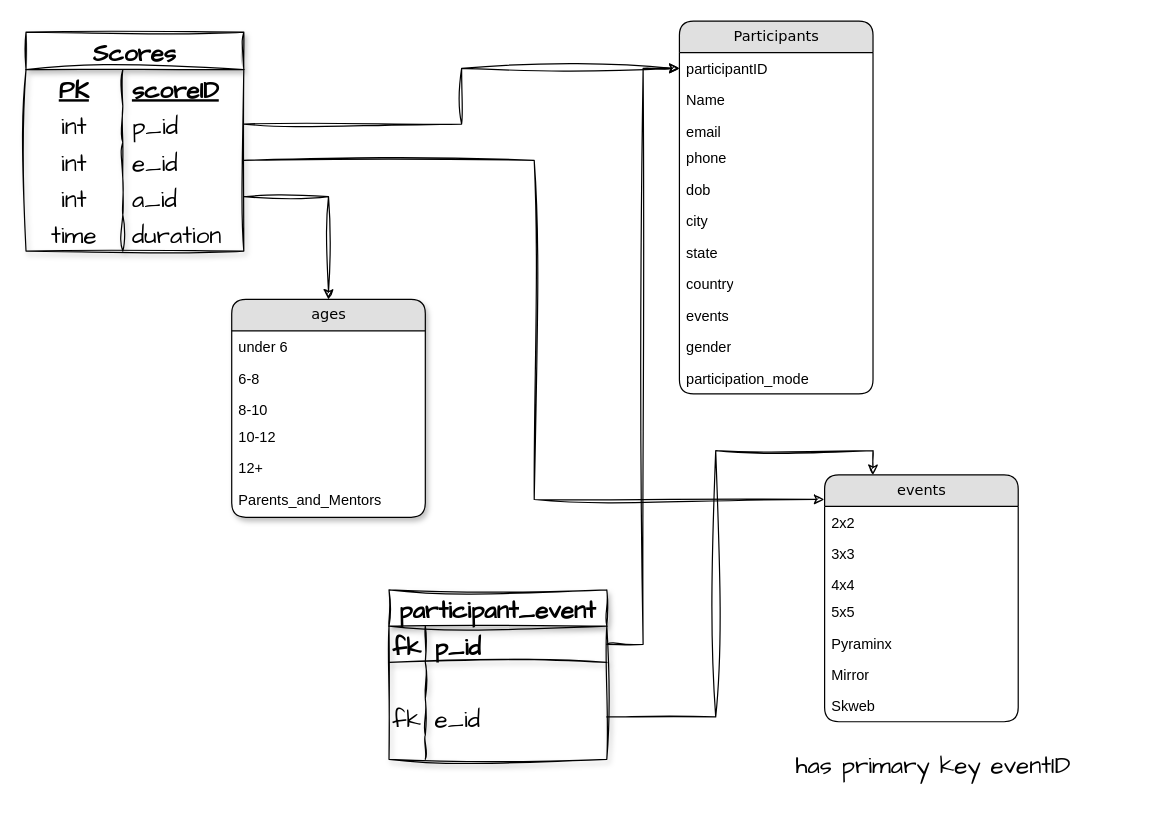
Before: make_db/Untitled Diagram.drawio in PranavKrishnan007/revaluation_traboda, a draw.io diagram. Source tidied: cells renumbered, new cells numbered last; positions are measured from the earlier drawing's top-left corner, leaving out a move shared by most shapes. Both pictures are drawn from the tidied source at 121%, with x=0, y=0 at pixel (25, 21).
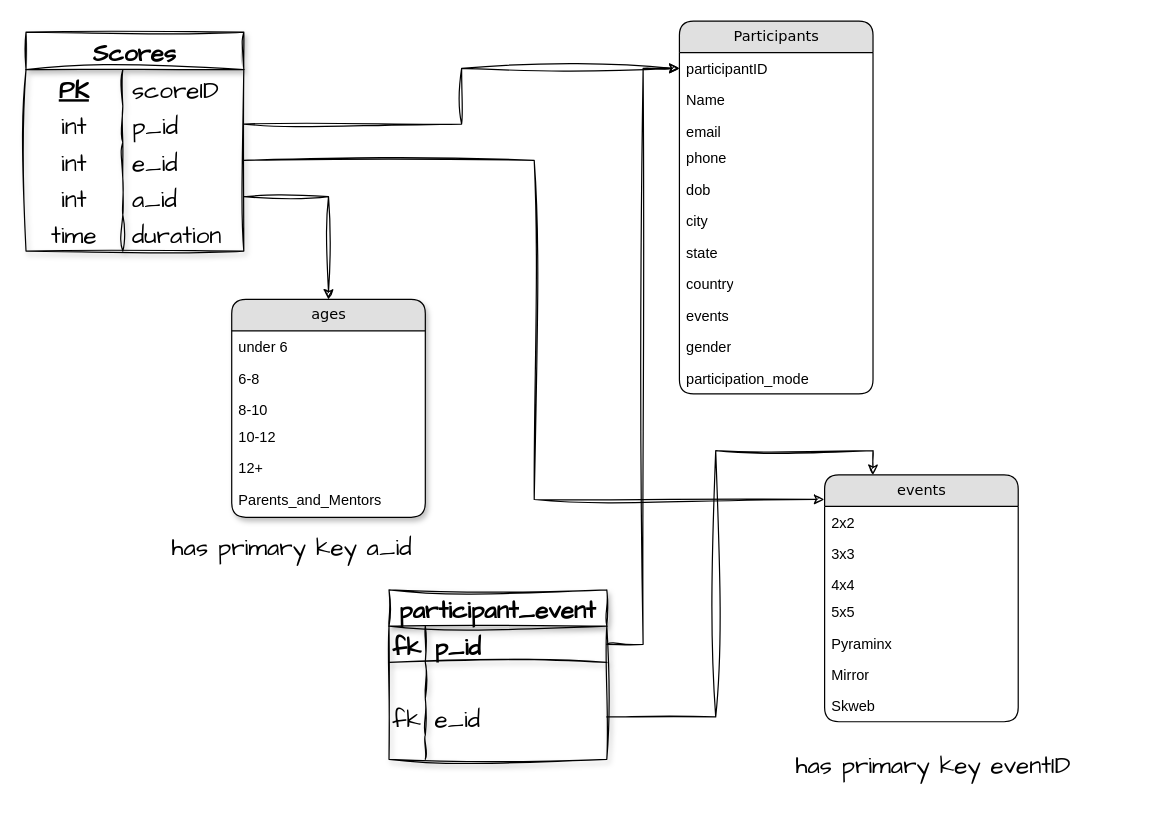
Above is the later version.

Unchanged cells that the change refers to:
```xml
<mxCell id="44" style="shape=tableRow;horizontal=0;startSize=0;swimlaneHead=0;swimlaneBody=0;fillColor=none;top=0;left=0;right=0;bottom=0;shadow=1;sketch=1;hachureGap=4;jiggle=2;curveFitting=1;fontFamily=Architects Daughter;fontSize=20;" parent="43" vertex="1">
  <mxGeometry y="31" width="180" height="30" as="geometry" />
</mxCell>
```

What changed in the source:
```diff
@@
-    <mxCell id="46" value="scoreID" style="shape=partialRectangle;fillColor=none;top=0;left=0;bottom=0;right=0;align=left;spacingLeft=6;overflow=hidden;shadow=1;sketch=1;hachureGap=4;jiggle=2;curveFitting=1;fontFamily=Architects Daughter;fontSize=20;fontStyle=5;" parent="44" vertex="1">
+    <mxCell id="46" value="scoreID" style="shape=partialRectangle;fillColor=none;top=0;left=0;bottom=0;right=0;align=left;spacingLeft=6;overflow=hidden;shadow=1;sketch=1;hachureGap=4;jiggle=2;curveFitting=1;fontFamily=Architects Daughter;fontSize=20;fontStyle=0;" parent="44" vertex="1">
       <mxGeometry x="80" width="100" height="30" as="geometry" />
     </mxCell>
@@
+    <mxCell id="64" value="has primary key a_id" style="text;html=1;strokeColor=none;fillColor=none;align=center;verticalAlign=middle;whiteSpace=wrap;rounded=0;shadow=1;sketch=1;hachureGap=4;jiggle=2;curveFitting=1;fontFamily=Architects Daughter;fontSize=20;" parent="1" vertex="1">
+      <mxGeometry x="60" y="420" width="320" height="30" as="geometry" />
+    </mxCell>
```
